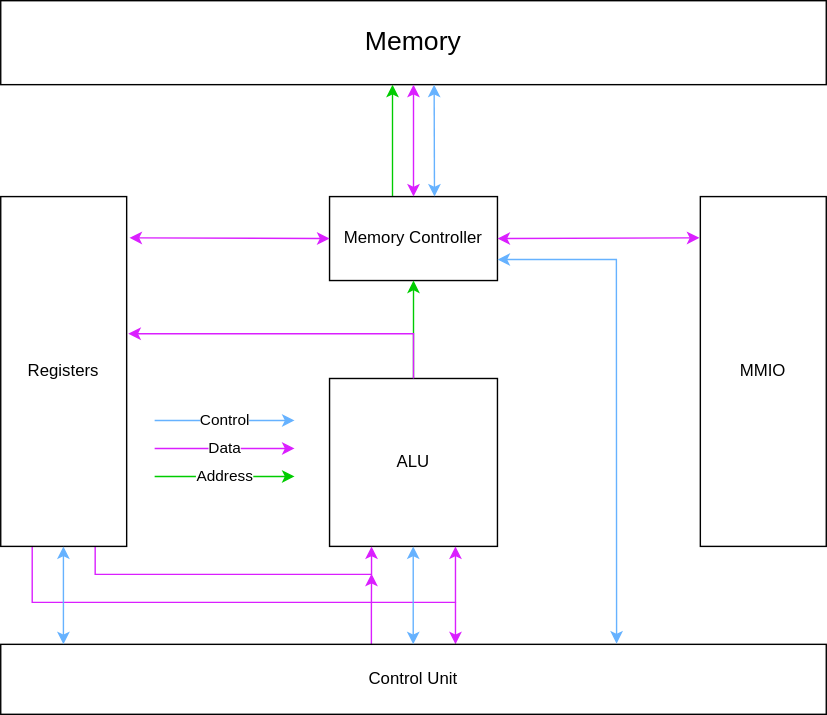
This is docs/imgs/HighLevelHardwareArchitecture.drawio.svg from Sanotsch2003/MiPro-XG-V1, a draw.io export, as it was before one commit. Source tidied: cells renumbered, new cells last; positions are measured from the earlier drawing's top-left corner, leaving out a move shared by most shapes.
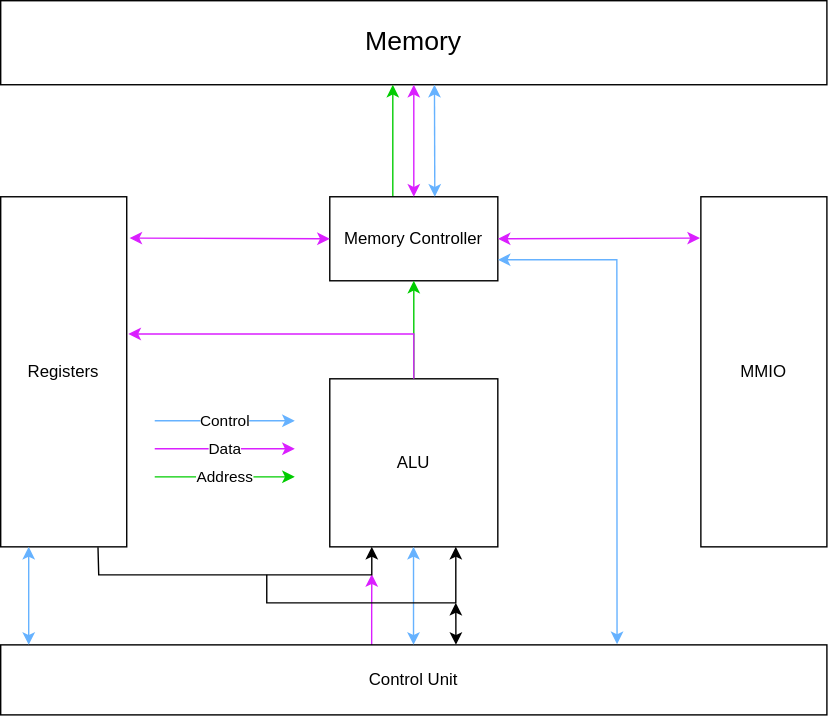
Later version of the same file.

The edit, as a diff of the source:
```diff
@@ -23,17 +23,6 @@
     <mxCell id="7" value="MMIO" style="rounded=0;whiteSpace=wrap;html=1;" parent="1" vertex="1">
       <mxGeometry x="500" y="140" width="90" height="250" as="geometry" />
     </mxCell>
-    <mxCell id="8" style="edgeStyle=orthogonalEdgeStyle;rounded=0;jettySize=auto;html=1;exitX=0.25;exitY=1;exitDx=0;exitDy=0;entryX=0.75;entryY=1;entryDx=0;entryDy=0;strokeColor=#DA1FFF;" parent="1" edge="1" source="10" target="6">
-      <mxGeometry relative="1" as="geometry">
-        <Array as="points">
-          <mxPoint x="23" y="430" />
-          <mxPoint x="325" y="430" />
-        </Array>
-      </mxGeometry>
-    </mxCell>
-    <mxCell id="9" style="edgeStyle=orthogonalEdgeStyle;rounded=0;jettySize=auto;html=1;exitX=0.75;exitY=1;exitDx=0;exitDy=0;entryX=0.25;entryY=1;entryDx=0;entryDy=0;strokeColor=#DA1FFF;" parent="1" edge="1" source="10" target="6">
-      <mxGeometry relative="1" as="geometry" />
-    </mxCell>
     <mxCell id="10" value="&lt;div&gt;&lt;div&gt;Registers&lt;/div&gt;&lt;/div&gt;" style="rounded=0;whiteSpace=wrap;html=1;" parent="1" vertex="1">
       <mxGeometry y="140" width="90" height="250" as="geometry" />
     </mxCell>
@@ -42,12 +31,6 @@
         <mxPoint x="265" y="409.5" as="targetPoint" />
       </mxGeometry>
     </mxCell>
-    <mxCell id="12" style="edgeStyle=orthogonalEdgeStyle;rounded=0;orthogonalLoop=1;jettySize=auto;html=1;endSize=6;strokeColor=#DA1FFF;startSize=6;" parent="1" edge="1">
-      <mxGeometry relative="1" as="geometry">
-        <mxPoint x="325" y="430" as="sourcePoint" />
-        <mxPoint x="325" y="460" as="targetPoint" />
-      </mxGeometry>
-    </mxCell>
     <mxCell id="13" value="Control Unit" style="rounded=0;whiteSpace=wrap;html=1;" parent="1" vertex="1">
       <mxGeometry y="460" width="590" height="50" as="geometry" />
     </mxCell>
@@ -109,8 +92,8 @@
     </mxCell>
     <mxCell id="22" style="endArrow=classic;startArrow=classic;html=1;rounded=0;exitX=0.5;exitY=1;exitDx=0;exitDy=0;entryX=0.924;entryY=0;entryDx=0;entryDy=0;entryPerimeter=0;strokeColor=#66B2FF;" parent="1" edge="1">
       <mxGeometry relative="1" as="geometry">
-        <mxPoint x="44.8" y="390" as="sourcePoint" />
-        <mxPoint x="44.8" y="460" as="targetPoint" />
+        <mxPoint x="20" y="390" as="sourcePoint" />
+        <mxPoint x="20" y="460" as="targetPoint" />
       </mxGeometry>
     </mxCell>
     <mxCell id="23" style="endArrow=classic;startArrow=classic;html=1;rounded=0;exitX=0.525;exitY=1;exitDx=0;exitDy=0;entryX=0.924;entryY=0;entryDx=0;entryDy=0;entryPerimeter=0;strokeColor=#66B2FF;exitPerimeter=0;" parent="1" edge="1" source="2">
@@ -121,5 +104,27 @@
     <mxCell id="24" style="endArrow=classic;startArrow=classic;html=1;rounded=0;exitX=1.022;exitY=0.118;exitDx=0;exitDy=0;exitPerimeter=0;entryX=0;entryY=0.5;entryDx=0;entryDy=0;strokeColor=#DA1FFF;" parent="1" edge="1" source="10" target="4">
       <mxGeometry relative="1" as="geometry" />
     </mxCell>
+    <mxCell id="25" style="endArrow=classic;html=1;rounded=0;exitX=0.772;exitY=1.001;exitDx=0;exitDy=0;exitPerimeter=0;entryX=0.25;entryY=1;entryDx=0;entryDy=0;strokeColor=light-dark(#000000,#FF72FF);" parent="1" edge="1" source="10" target="6">
+      <mxGeometry relative="1" as="geometry">
+        <Array as="points">
+          <mxPoint x="70" y="410" />
+          <mxPoint x="265" y="410" />
+        </Array>
+      </mxGeometry>
+    </mxCell>
+    <mxCell id="26" style="endArrow=classic;html=1;rounded=0;entryX=0.75;entryY=1;entryDx=0;entryDy=0;strokeColor=light-dark(#000000,#FF72FF);" parent="1" edge="1" target="6">
+      <mxGeometry relative="1" as="geometry">
+        <mxPoint x="190" y="410" as="sourcePoint" />
+        <Array as="points">
+          <mxPoint x="190" y="430" />
+          <mxPoint x="325" y="430" />
+        </Array>
+      </mxGeometry>
+    </mxCell>
+    <mxCell id="27" style="endArrow=classic;startArrow=classic;html=1;rounded=0;entryX=0.551;entryY=0;entryDx=0;entryDy=0;entryPerimeter=0;strokeColor=light-dark(#000000,#FF72FF);" parent="1" edge="1" target="13">
+      <mxGeometry relative="1" as="geometry">
+        <mxPoint x="325" y="430" as="sourcePoint" />
+      </mxGeometry>
+    </mxCell>
   </root>
 </mxGraphModel>
```
